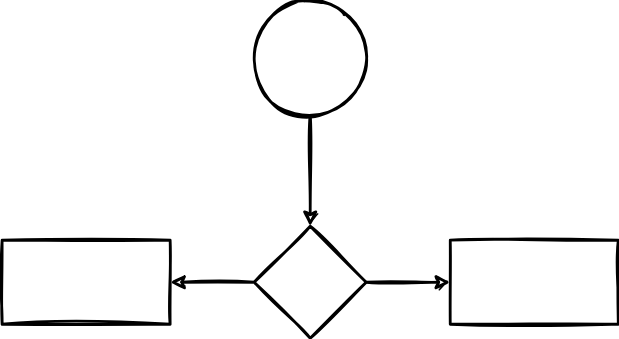
Earlier version of the draw.io export diagrams/Diagram.svg (pegandoasmanhas/assets). Source tidied: cells renumbered, new cells last; positions are measured from the earlier drawing's top-left corner, leaving out a move shared by most shapes.
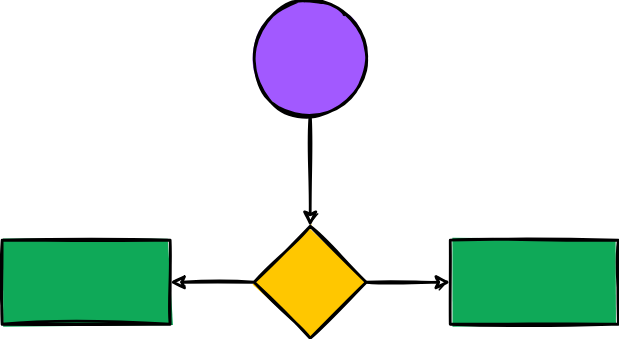
Later version of the same file.

Diff of the diagram source:
```diff
@@ -5,7 +5,7 @@
     <mxCell id="2" style="edgeStyle=orthogonalEdgeStyle;rounded=0;jettySize=auto;html=1;sketch=1;strokeWidth=2;" parent="1" edge="1" source="3" target="6">
       <mxGeometry relative="1" as="geometry" />
     </mxCell>
-    <mxCell id="3" style="ellipse;whiteSpace=wrap;html=1;sketch=1;strokeWidth=2;" parent="1" vertex="1">
+    <mxCell id="3" style="ellipse;whiteSpace=wrap;html=1;sketch=1;strokeWidth=2;fillColor=#A259FF;fillStyle=solid;" parent="1" vertex="1">
       <mxGeometry x="180" width="80" height="80" as="geometry" />
     </mxCell>
     <mxCell id="4" style="edgeStyle=orthogonalEdgeStyle;rounded=0;jettySize=auto;html=1;sketch=1;strokeWidth=2;" parent="1" edge="1" source="6" target="7">
@@ -14,13 +14,13 @@
     <mxCell id="5" style="edgeStyle=orthogonalEdgeStyle;rounded=0;jettySize=auto;html=1;sketch=1;strokeWidth=2;" parent="1" edge="1" source="6" target="8">
       <mxGeometry relative="1" as="geometry" />
     </mxCell>
-    <mxCell id="6" style="rhombus;whiteSpace=wrap;html=1;sketch=1;strokeWidth=2;" parent="1" vertex="1">
+    <mxCell id="6" style="rhombus;whiteSpace=wrap;html=1;sketch=1;strokeWidth=2;fillColor=#FFC700;fillStyle=solid;" parent="1" vertex="1">
       <mxGeometry x="180" y="160" width="80" height="80" as="geometry" />
     </mxCell>
-    <mxCell id="7" style="whiteSpace=wrap;html=1;sketch=1;strokeWidth=2;" parent="1" vertex="1">
+    <mxCell id="7" style="whiteSpace=wrap;html=1;sketch=1;strokeWidth=2;fillColor=#0FA958;fillStyle=solid;" parent="1" vertex="1">
       <mxGeometry x="320" y="170" width="120" height="60" as="geometry" />
     </mxCell>
-    <mxCell id="8" style="whiteSpace=wrap;html=1;sketch=1;strokeWidth=2;" parent="1" vertex="1">
+    <mxCell id="8" style="whiteSpace=wrap;html=1;sketch=1;strokeWidth=2;fillStyle=solid;fillColor=#0FA958;" parent="1" vertex="1">
       <mxGeometry y="170" width="120" height="60" as="geometry" />
     </mxCell>
   </root>
```
